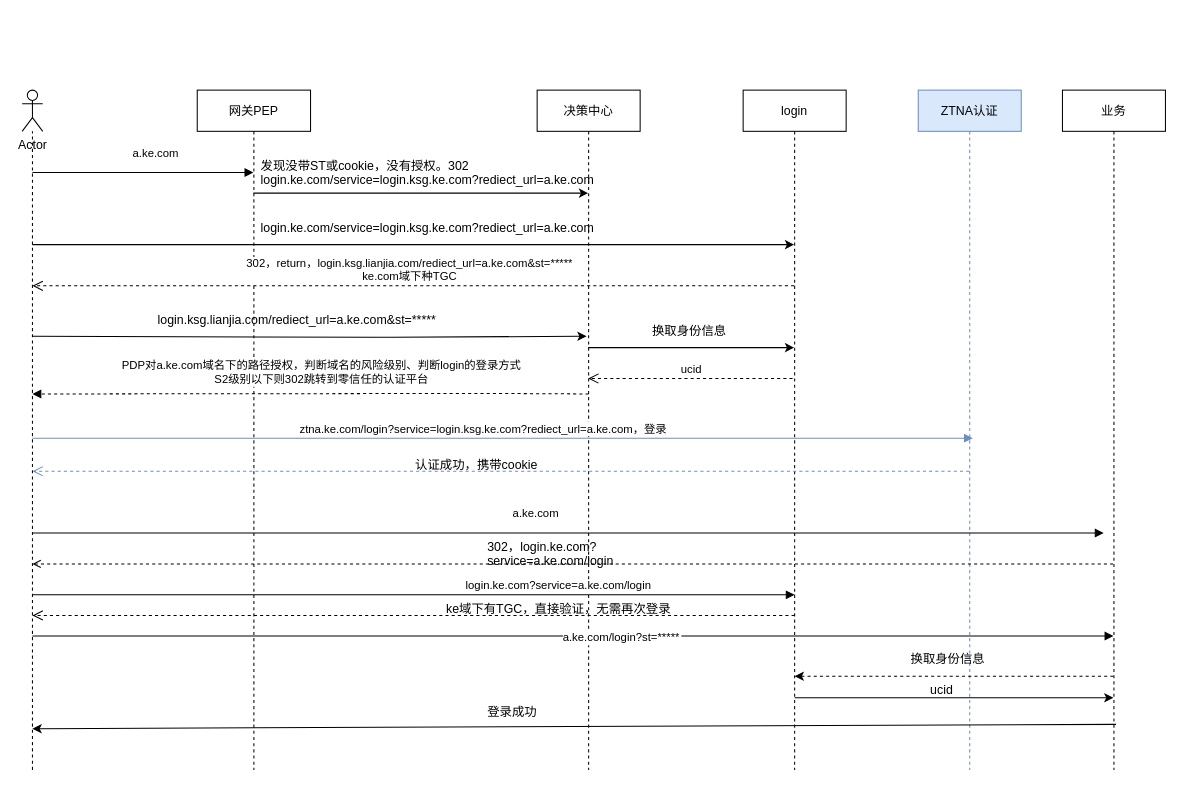
The draw.io diagram Untitled Diagram.drawio in YBSNNLRX/luck-dog, before the edit. Source tidied: cells renumbered, new cells numbered last; positions are measured from the earlier drawing's top-left corner, leaving out a move shared by most shapes. Both pictures are drawn from the tidied source at 103%, with x=0, y=0 at pixel (22, 90).
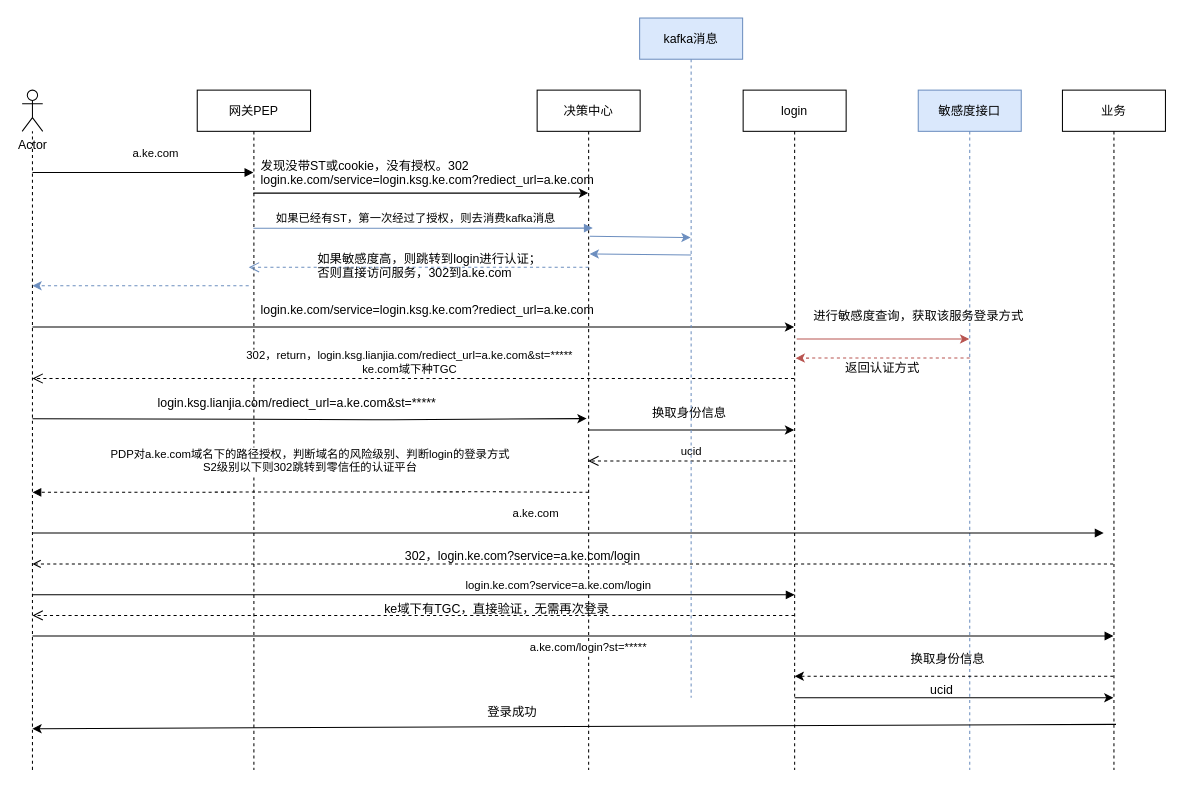
The same diagram, later.

The change refers to these unchanged cells:
```xml
<mxCell id="2" value="网关PEP" style="shape=umlLifeline;perimeter=lifelinePerimeter;rounded=0;shadow=0;strokeWidth=1;" parent="1" vertex="1">
  <mxGeometry x="170" width="110" height="660" as="geometry" />
</mxCell>
<mxCell id="4" value="login" style="shape=umlLifeline;perimeter=lifelinePerimeter;rounded=0;shadow=0;strokeWidth=1;" parent="1" vertex="1">
  <mxGeometry x="700" width="100" height="660" as="geometry" />
</mxCell>
<mxCell id="9" value="业务" style="shape=umlLifeline;perimeter=lifelinePerimeter;rounded=0;shadow=0;strokeWidth=1;" parent="1" vertex="1">
  <mxGeometry x="1010" width="100" height="660" as="geometry" />
</mxCell>
<mxCell id="10" value="决策中心" style="shape=umlLifeline;perimeter=lifelinePerimeter;rounded=0;shadow=0;strokeWidth=1;" parent="1" vertex="1">
  <mxGeometry x="500" width="100" height="660" as="geometry" />
</mxCell>
```

Diff of the diagram source:
```diff
@@
-    <mxCell id="5" value="ZTNA认证" style="shape=umlLifeline;perimeter=lifelinePerimeter;rounded=0;shadow=0;strokeWidth=1;fillColor=#dae8fc;strokeColor=#6c8ebf;" parent="1" vertex="1">
+    <mxCell id="5" value="敏感度接口" style="shape=umlLifeline;perimeter=lifelinePerimeter;rounded=0;shadow=0;strokeWidth=1;fillColor=#dae8fc;strokeColor=#6c8ebf;" parent="1" vertex="1">
       <mxGeometry x="870" width="100" height="660" as="geometry" />
     </mxCell>
@@
-    <mxCell id="11" style="endArrow=classic;html=1;" parent="1" edge="1" target="4">
+    <mxCell id="11" style="endArrow=classic;html=1;" parent="1" edge="1">
       <mxGeometry relative="1" as="geometry">
-        <mxPoint x="10" y="150" as="sourcePoint" />
+        <mxPoint x="10" y="230" as="sourcePoint" />
+        <mxPoint x="749.5" y="230" as="targetPoint" />
         <Array as="points">
-          <mxPoint x="430" y="150" />
+          <mxPoint x="430" y="230" />
         </Array>
       </mxGeometry>
     </mxCell>
     <mxCell id="12" value="a.ke.com/login?st=*****" style="verticalAlign=bottom;endArrow=block;shadow=0;strokeWidth=1;" parent="1" edge="1" target="9">
-      <mxGeometry x="0.09" y="-10" relative="1" as="geometry">
+      <mxGeometry x="0.03" y="-20" relative="1" as="geometry">
         <mxPoint x="10" y="530" as="sourcePoint" />
       </mxGeometry>
     </mxCell>
     <mxCell id="13" value="login.ksg.lianjia.com/rediect_url=a.ke.com&amp;amp;st=*****" style="text;whiteSpace=wrap;html=1;" parent="1" vertex="1">
-      <mxGeometry x="130" y="210" width="390" height="30" as="geometry" />
+      <mxGeometry x="130" y="290" width="390" height="30" as="geometry" />
     </mxCell>
-    <mxCell id="14" value="ucid" style="verticalAlign=bottom;endArrow=open;dashed=1;endSize=8;shadow=0;strokeWidth=1;exitX=0.48;exitY=0.627;exitDx=0;exitDy=0;exitPerimeter=0;" parent="1" edge="1" target="10">
+    <mxCell id="14" value="ucid" style="verticalAlign=bottom;endArrow=open;dashed=1;endSize=8;shadow=0;strokeWidth=1;exitX=0.48;exitY=0.627;exitDx=0;exitDy=0;exitPerimeter=0;" parent="1" edge="1">
       <mxGeometry x="-0.01" relative="1" as="geometry">
-        <mxPoint x="748" y="280" as="sourcePoint" />
+        <mxPoint x="748" y="360" as="sourcePoint" />
+        <mxPoint x="549.5" y="360" as="targetPoint" />
       </mxGeometry>
     </mxCell>
-    <mxCell id="15" value="ztna.ke.com/login?service=login.ksg.ke.com?rediect_url=a.ke.com，登录" style="verticalAlign=bottom;endArrow=block;shadow=0;strokeWidth=1;entryX=0.53;entryY=0.512;entryDx=0;entryDy=0;entryPerimeter=0;fillColor=#dae8fc;strokeColor=#6c8ebf;" parent="1" edge="1" target="5">
+    <mxCell id="15" value="如果已经有ST，第一次经过了授权，则去消费kafka消息" style="verticalAlign=bottom;endArrow=block;shadow=0;strokeWidth=1;entryX=0.54;entryY=0.203;entryDx=0;entryDy=0;entryPerimeter=0;fillColor=#dae8fc;strokeColor=#6c8ebf;" parent="1" edge="1" source="2" target="10">
       <mxGeometry x="-0.04" relative="1" as="geometry">
-        <mxPoint x="10" y="338" as="sourcePoint" />
+        <Array as="points">
+          <mxPoint x="410" y="134" />
+        </Array>
       </mxGeometry>
     </mxCell>
-    <mxCell id="16" value="302，return，login.ksg.lianjia.com/rediect_url=a.ke.com&amp;st=*****&#10;ke.com域下种TGC" style="verticalAlign=bottom;endArrow=open;dashed=1;endSize=8;shadow=0;strokeWidth=1;" parent="1" edge="1" source="4">
+    <mxCell id="16" value="302，return，login.ksg.lianjia.com/rediect_url=a.ke.com&amp;st=*****&#10;ke.com域下种TGC" style="verticalAlign=bottom;endArrow=open;dashed=1;endSize=8;shadow=0;strokeWidth=1;exitX=0.495;exitY=0.303;exitDx=0;exitDy=0;exitPerimeter=0;" parent="1" edge="1">
       <mxGeometry x="0.01" relative="1" as="geometry">
-        <mxPoint x="10" y="190" as="targetPoint" />
-        <Array as="points">
-          <mxPoint x="600" y="190" />
-        </Array>
+        <mxPoint x="749.5" y="280" as="sourcePoint" />
+        <mxPoint x="10" y="280" as="targetPoint" />
       </mxGeometry>
     </mxCell>
-    <mxCell id="17" style="endArrow=classic;html=1;entryX=0.48;entryY=0.362;entryDx=0;entryDy=0;entryPerimeter=0;" parent="1" edge="1" target="10">
+    <mxCell id="17" style="endArrow=classic;html=1;entryX=0.48;entryY=0.362;entryDx=0;entryDy=0;entryPerimeter=0;" parent="1" edge="1">
       <mxGeometry relative="1" as="geometry">
-        <mxPoint x="10" y="239" as="sourcePoint" />
+        <mxPoint x="10" y="319" as="sourcePoint" />
+        <mxPoint x="548" y="318.9" as="targetPoint" />
         <Array as="points">
-          <mxPoint x="350" y="240" />
+          <mxPoint x="350" y="320" />
         </Array>
       </mxGeometry>
     </mxCell>
-    <mxCell id="18" style="endArrow=classic;html=1;" parent="1" edge="1" source="10" target="4">
+    <mxCell id="18" style="endArrow=classic;html=1;" parent="1" edge="1">
       <mxGeometry relative="1" as="geometry">
+        <mxPoint x="549.5" y="330" as="sourcePoint" />
+        <mxPoint x="749.5" y="330" as="targetPoint" />
         <Array as="points">
-          <mxPoint x="620" y="250" />
+          <mxPoint x="620" y="330" />
         </Array>
       </mxGeometry>
     </mxCell>
     <mxCell id="19" value="换取身份信息" style="text;whiteSpace=wrap;html=1;" parent="1" vertex="1">
-      <mxGeometry x="610" y="220" width="90" height="30" as="geometry" />
+      <mxGeometry x="610" y="300" width="90" height="30" as="geometry" />
     </mxCell>
-    <mxCell id="20" style="verticalAlign=bottom;endArrow=open;dashed=1;endSize=8;shadow=0;strokeWidth=1;fillColor=#dae8fc;strokeColor=#6c8ebf;" parent="1" edge="1" source="5">
+    <mxCell id="20" style="verticalAlign=bottom;endArrow=open;dashed=1;endSize=8;shadow=0;strokeWidth=1;fillColor=#dae8fc;strokeColor=#6c8ebf;" parent="1" edge="1">
       <mxGeometry x="-0.01" y="-10" relative="1" as="geometry">
-        <mxPoint x="10" y="370" as="targetPoint" />
-        <Array as="points">
-          <mxPoint x="670" y="370" />
-        </Array>
+        <mxPoint x="550" y="172" as="sourcePoint" />
+        <mxPoint x="220" y="172" as="targetPoint" />
       </mxGeometry>
     </mxCell>
@@
     <mxCell id="24" value="302，login.ke.com?service=a.ke.com/login" style="text;whiteSpace=wrap;html=1;" parent="1" vertex="1">
-      <mxGeometry x="450" y="430" width="230" height="30" as="geometry" />
+      <mxGeometry x="370" y="439" width="300" height="30" as="geometry" />
     </mxCell>
     <mxCell id="25" value="ke域下有TGC，直接验证，无需再次登录" style="text;whiteSpace=wrap;html=1;" parent="1" vertex="1">
-      <mxGeometry x="410" y="490" width="260" height="30" as="geometry" />
+      <mxGeometry x="350" y="490" width="320" height="30" as="geometry" />
     </mxCell>
@@
     <mxCell id="27" style="endArrow=none;dashed=1;html=1;startArrow=open;startFill=0;" parent="1" edge="1" target="9">
       <mxGeometry relative="1" as="geometry">
         <mxPoint x="10" y="460" as="sourcePoint" />
         <Array as="points">
+          <mxPoint x="540" y="460" />
           <mxPoint x="800" y="460" />
         </Array>
       </mxGeometry>
     </mxCell>
@@
     <mxCell id="30" value="PDP对a.ke.com域名下的路径授权，判断域名的风险级别、判断login的登录方式&#10;S2级别以下则302跳转到零信任的认证平台" style="verticalAlign=bottom;endArrow=block;shadow=0;strokeWidth=1;dashed=1;" parent="1" edge="1">
-      <mxGeometry x="-0.04" y="-5" relative="1" as="geometry">
-        <mxPoint x="550" y="295" as="sourcePoint" />
-        <mxPoint x="10" y="295" as="targetPoint" />
+      <mxGeometry y="-15" relative="1" as="geometry">
+        <mxPoint x="550" y="390.5" as="sourcePoint" />
+        <mxPoint x="10" y="390.5" as="targetPoint" />
         <Array as="points">
-          <mxPoint x="460.5" y="294.5" />
+          <mxPoint x="460.5" y="390" />
         </Array>
       </mxGeometry>
     </mxCell>
     <mxCell id="31" value="login.ke.com/service=login.ksg.ke.com?rediect_url=a.ke.com" style="text;whiteSpace=wrap;html=1;" parent="1" vertex="1">
-      <mxGeometry x="230" y="120" width="370" height="20" as="geometry" />
+      <mxGeometry x="230" y="200" width="370" height="20" as="geometry" />
     </mxCell>
-    <mxCell id="32" value="认证成功，携带cookie" style="text;whiteSpace=wrap;html=1;" parent="1" vertex="1">
-      <mxGeometry x="380" y="350" width="260" height="30" as="geometry" />
+    <mxCell id="32" value="如果敏感度高，则跳转到login进行认证；&lt;br&gt;否则直接访问服务，302到a.ke.com" style="text;whiteSpace=wrap;html=1;" parent="1" vertex="1">
+      <mxGeometry x="285" y="150" width="260" height="30" as="geometry" />
     </mxCell>
@@
+    <mxCell id="37" style="endArrow=classic;html=1;exitX=0.52;exitY=0.245;exitDx=0;exitDy=0;exitPerimeter=0;fillColor=#f8cecc;strokeColor=#b85450;" parent="1" edge="1">
+      <mxGeometry relative="1" as="geometry">
+        <mxPoint x="752" y="241.7" as="sourcePoint" />
+        <mxPoint x="919.5" y="241.7" as="targetPoint" />
+      </mxGeometry>
+    </mxCell>
+    <mxCell id="38" style="endArrow=classic;html=1;entryX=0.51;entryY=0.273;entryDx=0;entryDy=0;entryPerimeter=0;dashed=1;fillColor=#f8cecc;strokeColor=#b85450;" parent="1" edge="1">
+      <mxGeometry relative="1" as="geometry">
+        <mxPoint x="920" y="260" as="sourcePoint" />
+        <mxPoint x="751" y="260.2" as="targetPoint" />
+      </mxGeometry>
+    </mxCell>
+    <mxCell id="39" value="进行敏感度查询，获取该服务登录方式" style="text;html=1;align=center;verticalAlign=middle;" parent="1" vertex="1">
+      <mxGeometry x="760" y="210" width="220" height="20" as="geometry" />
+    </mxCell>
+    <mxCell id="40" value="返回认证方式" style="text;html=1;align=center;verticalAlign=middle;" parent="1" vertex="1">
+      <mxGeometry x="790" y="260" width="90" height="20" as="geometry" />
+    </mxCell>
+    <mxCell id="41" value="kafka消息" style="shape=umlLifeline;perimeter=lifelinePerimeter;rounded=0;shadow=0;strokeWidth=1;fillColor=#dae8fc;strokeColor=#6c8ebf;" parent="1" vertex="1">
+      <mxGeometry x="599.5" y="-70" width="100" height="660" as="geometry" />
+    </mxCell>
+    <mxCell id="42" style="endArrow=classic;html=1;entryX=0.495;entryY=0.323;entryDx=0;entryDy=0;entryPerimeter=0;exitX=0.51;exitY=0.215;exitDx=0;exitDy=0;exitPerimeter=0;fillColor=#dae8fc;strokeColor=#6c8ebf;" parent="1" edge="1" source="10" target="41">
+      <mxGeometry relative="1" as="geometry" />
+    </mxCell>
+    <mxCell id="43" style="endArrow=classic;html=1;entryX=0.51;entryY=0.241;entryDx=0;entryDy=0;entryPerimeter=0;fillColor=#dae8fc;strokeColor=#6c8ebf;" parent="1" edge="1" target="10">
+      <mxGeometry relative="1" as="geometry">
+        <mxPoint x="649.5" y="160" as="sourcePoint" />
+      </mxGeometry>
+    </mxCell>
+    <mxCell id="44" style="endArrow=classic;html=1;fillColor=#dae8fc;strokeColor=#6c8ebf;dashed=1;" parent="1" edge="1">
+      <mxGeometry relative="1" as="geometry">
+        <mxPoint x="220" y="190" as="sourcePoint" />
+        <mxPoint x="10" y="190" as="targetPoint" />
+      </mxGeometry>
+    </mxCell>
```
